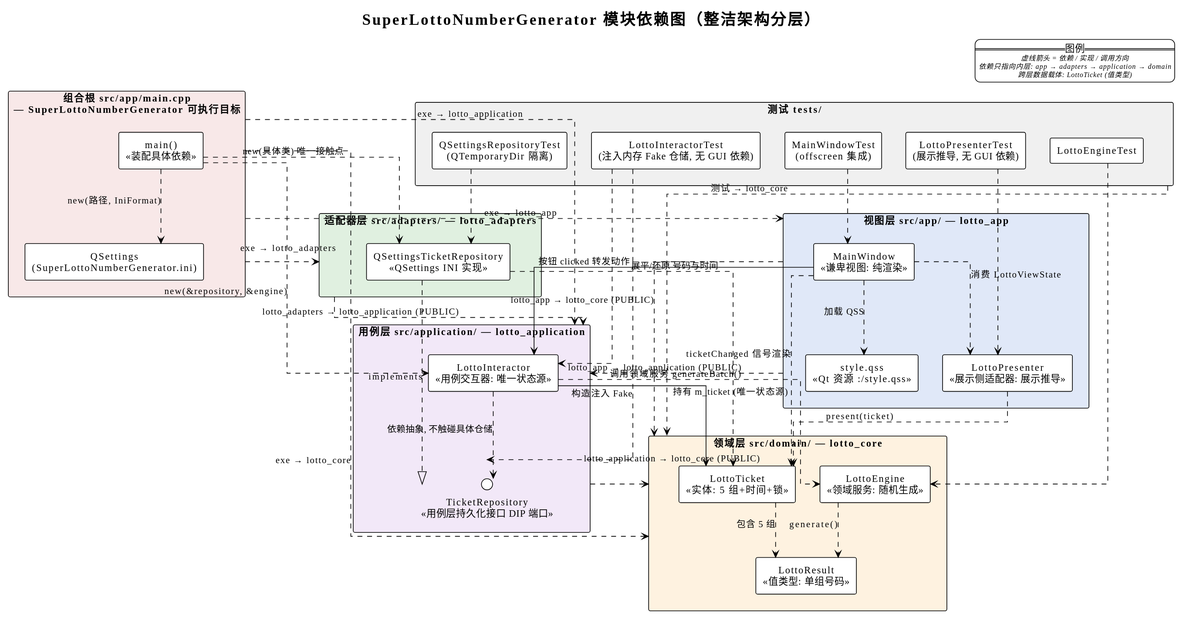
weiiiyan/SuperLottoNumberGenerator keeps this PlantUML diagram as doc/module-dependency.svg. Above is the earlier version.
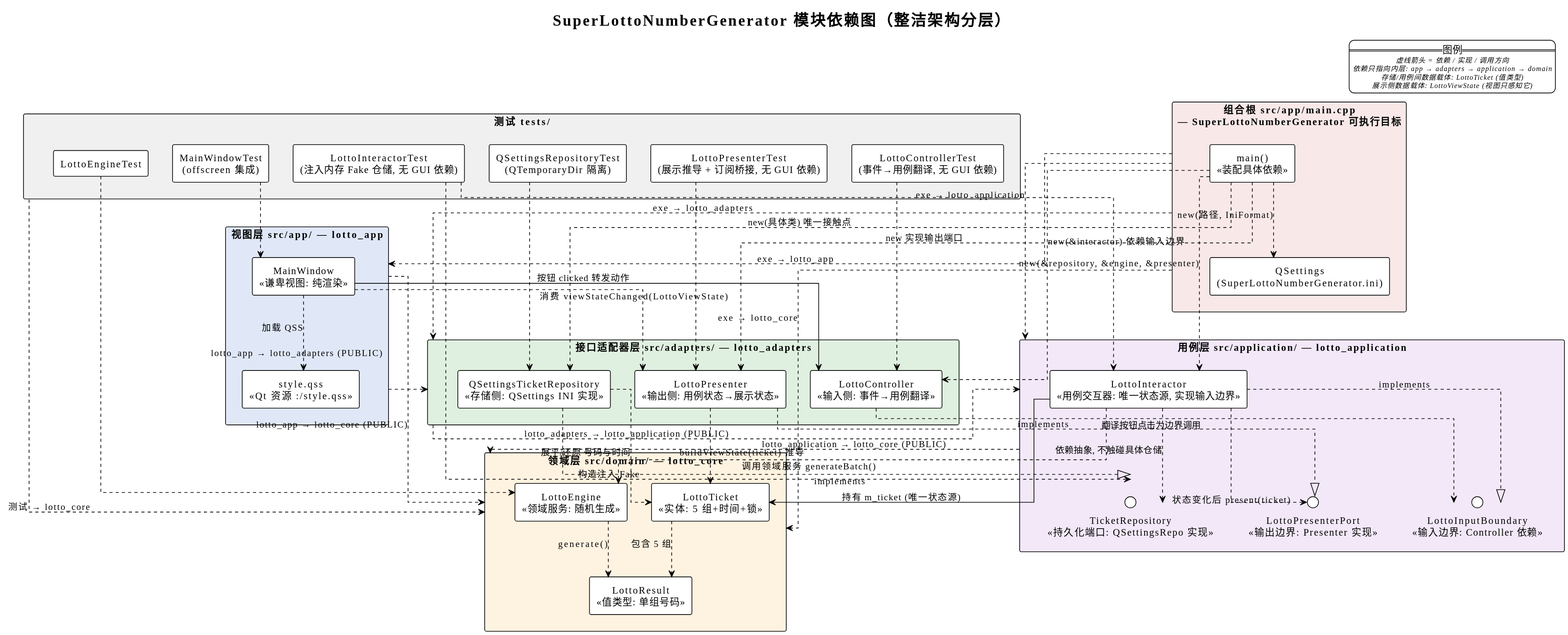
The same diagram one commit later.

The edit, as a diff of the source:
```diff
@@ -14,7 +14,8 @@
   ==图例==
   <size:10><i>虚线箭头 = 依赖 / 实现 / 调用方向</i></size>
   <size:10><i>依赖只指向内层: app → adapters → application → domain</i></size>
-  <size:10><i>跨层数据载体: LottoTicket (值类型)</i></size>
+  <size:10><i>存储/用例间数据载体: LottoTicket (值类型)</i></size>
+  <size:10><i>展示侧数据载体: LottoViewState (视图只感知它)</i></size>
 endlegend
 
 package "领域层 src/domain/ — lotto_core" as domain #FEF2E0 {
@@ -27,30 +28,36 @@
 }
 
 package "用例层 src/application/ — lotto_application" as application #F2E8F8 {
-  component [LottoInteractor\n«用例交互器: 唯一状态源»] as Controller
-  interface "TicketRepository\n«用例层持久化接口 DIP 端口»" as TicketRepository
+  component [LottoInteractor\n«用例交互器: 唯一状态源, 实现输入边界»] as Interactor
+  interface "LottoInputBoundary\n«输入边界: Controller 依赖»" as InputBoundary
+  interface "LottoPresenterPort\n«输出边界: Presenter 实现»" as PresenterPort
+  interface "TicketRepository\n«持久化端口: QSettingsRepo 实现»" as TicketRepository
 
-  Controller ..> TicketRepository : 依赖抽象, 不触碰具体仓储
-  Controller ..> LottoEngine : 调用领域服务 generateBatch()
-  Controller --> LottoTicket : 持有 m_ticket (唯一状态源)
+  Interactor ..|> InputBoundary : implements
+  Interactor ..> PresenterPort : 状态变化后 present(ticket)
+  Interactor ..> TicketRepository : 依赖抽象, 不触碰具体仓储
+  Interactor ..> LottoEngine : 调用领域服务 generateBatch()
+  Interactor --> LottoTicket : 持有 m_ticket (唯一状态源)
 }
 
-package "适配器层 src/adapters/ — lotto_adapters" as adapters #E0F0E0 {
-  component [QSettingsTicketRepository\n«QSettings INI 实现»] as QSettingsRepo
+package "接口适配器层 src/adapters/ — lotto_adapters" as adapters #E0F0E0 {
+  component [QSettingsTicketRepository\n«存储侧: QSettings INI 实现»] as QSettingsRepo
+  component [LottoController\n«输入侧: 事件→用例翻译»] as Controller
+  component [LottoPresenter\n«输出侧: 用例状态→展示状态»] as Presenter
 
   QSettingsRepo ..|> TicketRepository : implements
   QSettingsRepo ..> LottoTicket : 展平/还原 号码与时间
+  Controller ..> InputBoundary : 翻译按钮点击为边界调用
+  Presenter ..|> PresenterPort : implements
+  Presenter ..> LottoTicket : buildViewState(ticket) 推导
 }
 
 package "视图层 src/app/ — lotto_app" as app #E0E8F8 {
-  component [LottoPresenter\n«展示侧适配器: 展示推导»] as Presenter
   component [MainWindow\n«谦卑视图: 纯渲染»] as MainWindow
   component [style.qss\n«Qt 资源 :/style.qss»] as Style
 
-  MainWindow ..> Presenter : 消费 LottoViewState
   MainWindow --> Controller : 按钮 clicked 转发动作
-  MainWindow ..> LottoTicket : ticketChanged 信号渲染
-  Presenter ..> LottoTicket : present(ticket)
+  MainWindow ..> Presenter : 消费 viewStateChanged(LottoViewState)
   MainWindow ..> Style : 加载 QSS
 }
 
@@ -59,7 +66,9 @@
   component [QSettings\n(SuperLottoNumberGenerator.ini)] as QSettings
 
   Main ..> QSettingsRepo : new(具体类) 唯一接触点
-  Main ..> Controller : new(&repository, &engine)
+  Main ..> Interactor : new(&repository, &engine, &presenter)
+  Main ..> Presenter : new 实现输出端口
+  Main ..> Controller : new(&interactor) 依赖输入边界
   Main ..> QSettings : new(路径, IniFormat)
 }
 
@@ -67,20 +76,22 @@
   component [LottoEngineTest] as T1
   component [LottoInteractorTest\n(注入内存 Fake 仓储, 无 GUI 依赖)] as T2
   component [QSettingsRepositoryTest\n(QTemporaryDir 隔离)] as T3
-  component [LottoPresenterTest\n(展示推导, 无 GUI 依赖)] as T4
+  component [LottoControllerTest\n(事件→用例翻译, 无 GUI 依赖)] as T6
+  component [LottoPresenterTest\n(展示推导 + 订阅桥接, 无 GUI 依赖)] as T4
   component [MainWindowTest\n(offscreen 集成)] as T5
 
   T1 ..> LottoEngine
-  T2 ..> Controller
+  T2 ..> Interactor
   T2 ..> TicketRepository : 构造注入 Fake
   T3 ..> QSettingsRepo
+  T6 ..> Controller
   T4 ..> Presenter
   T5 ..> MainWindow
 }
 
 application ..> domain : lotto_application → lotto_core (PUBLIC)
 adapters ..> application : lotto_adapters → lotto_application (PUBLIC)
-app ..> application : lotto_app → lotto_application (PUBLIC)
+app ..> adapters : lotto_app → lotto_adapters (PUBLIC)
 app ..> domain : lotto_app → lotto_core (PUBLIC)
 exe ..> app : exe → lotto_app
 exe ..> adapters : exe → lotto_adapters
```
